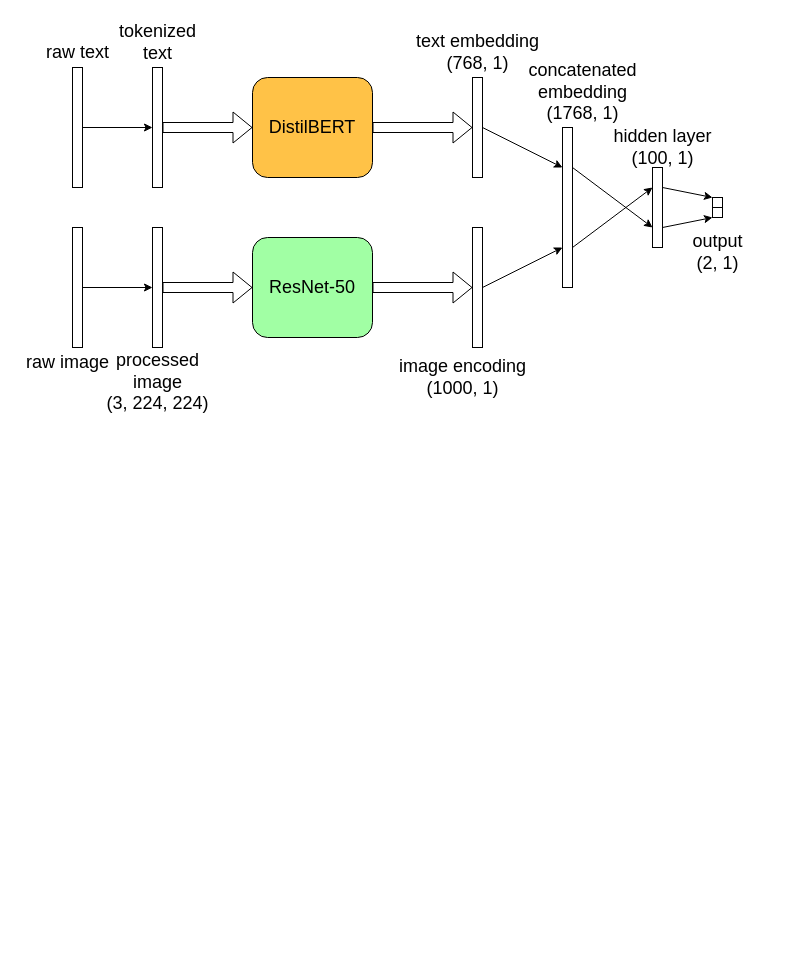
Earlier version of the draw.io diagram baseline_arch_cfn.drawio (a-sasikumar/image_caption_errors). Source tidied: cells renumbered, new cells numbered last; positions are measured from the earlier drawing's top-left corner, leaving out a move shared by most shapes. Both pictures are drawn from the tidied source at 100%, with x=0, y=0 at pixel (17, 17).
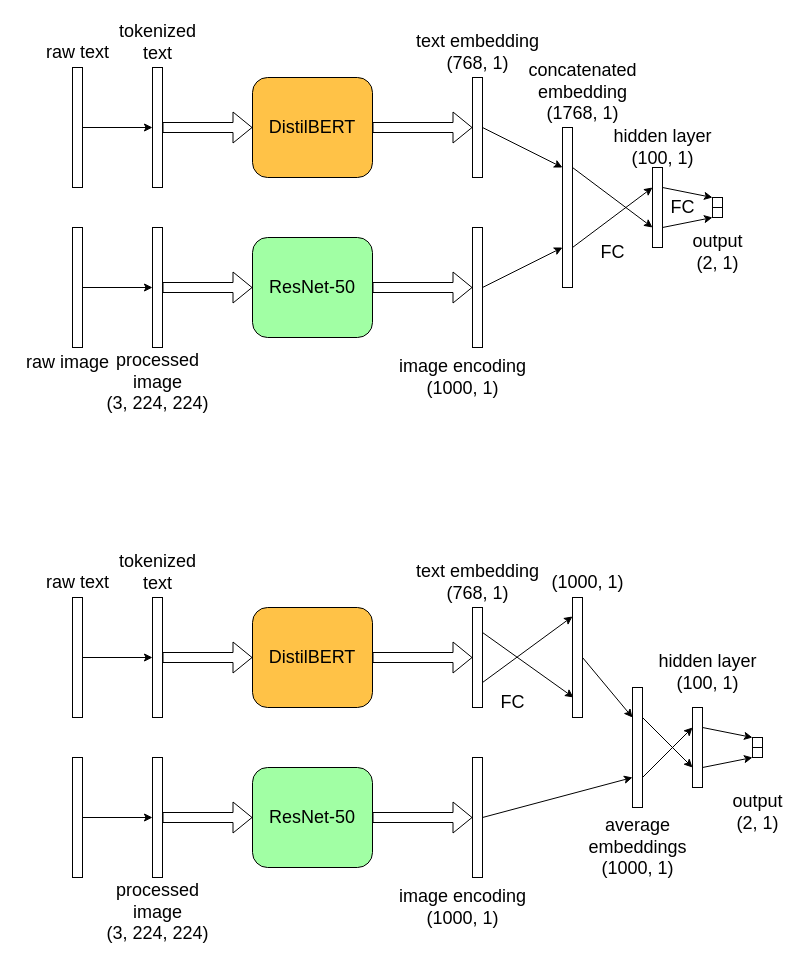
The same page after the edit.

Commit message:
added second baseline arch.

The edit, as a diff of the source:
```diff
@@
+    <mxCell id="36" style="rounded=0;whiteSpace=wrap;html=1;" parent="1" vertex="1">
+      <mxGeometry x="55" y="580" width="10" height="120" as="geometry" />
+    </mxCell>
+    <mxCell id="37" style="rounded=0;whiteSpace=wrap;html=1;" parent="1" vertex="1">
+      <mxGeometry x="55" y="740" width="10" height="120" as="geometry" />
+    </mxCell>
+    <mxCell id="38" style="rounded=0;whiteSpace=wrap;html=1;" parent="1" vertex="1">
+      <mxGeometry x="135" y="580" width="10" height="120" as="geometry" />
+    </mxCell>
+    <mxCell id="39" style="rounded=0;whiteSpace=wrap;html=1;" parent="1" vertex="1">
+      <mxGeometry x="135" y="740" width="10" height="120" as="geometry" />
+    </mxCell>
+    <mxCell id="40" value="&lt;font style=&quot;font-size: 18px&quot;&gt;DistilBERT&lt;/font&gt;" style="rounded=1;whiteSpace=wrap;html=1;fillColor=#FFC247;" parent="1" vertex="1">
+      <mxGeometry x="235" y="590" width="120" height="100" as="geometry" />
+    </mxCell>
+    <mxCell id="41" value="&lt;font style=&quot;font-size: 18px&quot;&gt;ResNet-50&lt;/font&gt;" style="rounded=1;whiteSpace=wrap;html=1;fillColor=#A1FFA4;" parent="1" vertex="1">
+      <mxGeometry x="235" y="750" width="120" height="100" as="geometry" />
+    </mxCell>
+    <mxCell id="42" style="rounded=0;whiteSpace=wrap;html=1;" parent="1" vertex="1">
+      <mxGeometry x="455" y="590" width="10" height="100" as="geometry" />
+    </mxCell>
+    <mxCell id="43" style="rounded=0;whiteSpace=wrap;html=1;" parent="1" vertex="1">
+      <mxGeometry x="455" y="740" width="10" height="120" as="geometry" />
+    </mxCell>
+    <mxCell id="44" style="edgeStyle=orthogonalEdgeStyle;rounded=0;orthogonalLoop=1;jettySize=auto;html=1;exitX=0.5;exitY=1;exitDx=0;exitDy=0;" parent="1" edge="1" source="42" target="42">
+      <mxGeometry relative="1" as="geometry" />
+    </mxCell>
+    <mxCell id="45" style="rounded=0;whiteSpace=wrap;html=1;" parent="1" vertex="1">
+      <mxGeometry x="675" y="690" width="10" height="80" as="geometry" />
+    </mxCell>
+    <mxCell id="46" style="rounded=0;whiteSpace=wrap;html=1;" parent="1" vertex="1">
+      <mxGeometry x="735" y="720" width="10" height="10" as="geometry" />
+    </mxCell>
+    <mxCell id="47" style="rounded=0;whiteSpace=wrap;html=1;" parent="1" vertex="1">
+      <mxGeometry x="735" y="730" width="10" height="10" as="geometry" />
+    </mxCell>
+    <mxCell id="48" style="shape=flexArrow;endArrow=classic;html=1;rounded=0;entryX=0;entryY=0.5;entryDx=0;entryDy=0;exitX=1;exitY=0.5;exitDx=0;exitDy=0;" parent="1" edge="1" source="38" target="40">
+      <mxGeometry relative="1" as="geometry" />
+    </mxCell>
+    <mxCell id="49" style="shape=flexArrow;endArrow=classic;html=1;rounded=0;entryX=0;entryY=0.5;entryDx=0;entryDy=0;exitX=1;exitY=0.5;exitDx=0;exitDy=0;" parent="1" edge="1" source="39" target="41">
+      <mxGeometry relative="1" as="geometry" />
+    </mxCell>
+    <mxCell id="50" style="shape=flexArrow;endArrow=classic;html=1;rounded=0;entryX=0;entryY=0.5;entryDx=0;entryDy=0;exitX=1;exitY=0.5;exitDx=0;exitDy=0;" parent="1" edge="1" source="40" target="42">
+      <mxGeometry relative="1" as="geometry" />
+    </mxCell>
+    <mxCell id="51" style="shape=flexArrow;endArrow=classic;html=1;rounded=0;entryX=0;entryY=0.5;entryDx=0;entryDy=0;exitX=1;exitY=0.5;exitDx=0;exitDy=0;" parent="1" edge="1" source="41" target="43">
+      <mxGeometry relative="1" as="geometry" />
+    </mxCell>
+    <mxCell id="52" style="endArrow=classic;html=1;rounded=0;exitX=1;exitY=0.5;exitDx=0;exitDy=0;entryX=0;entryY=0.5;entryDx=0;entryDy=0;" parent="1" edge="1" source="36" target="38">
+      <mxGeometry relative="1" as="geometry" />
+    </mxCell>
+    <mxCell id="53" style="endArrow=classic;html=1;rounded=0;exitX=1;exitY=0.5;exitDx=0;exitDy=0;entryX=0;entryY=0.5;entryDx=0;entryDy=0;" parent="1" edge="1" source="37" target="39">
+      <mxGeometry relative="1" as="geometry" />
+    </mxCell>
+    <mxCell id="54" style="endArrow=classic;html=1;rounded=0;entryX=0;entryY=0.75;entryDx=0;entryDy=0;exitX=1;exitY=0.25;exitDx=0;exitDy=0;" parent="1" edge="1" source="72" target="45">
+      <mxGeometry relative="1" as="geometry" />
+    </mxCell>
+    <mxCell id="55" style="endArrow=classic;html=1;rounded=0;entryX=0;entryY=0.25;entryDx=0;entryDy=0;exitX=1;exitY=0.75;exitDx=0;exitDy=0;" parent="1" edge="1" source="72" target="45">
+      <mxGeometry relative="1" as="geometry" />
+    </mxCell>
+    <mxCell id="56" style="endArrow=classic;html=1;rounded=0;entryX=0;entryY=0;entryDx=0;entryDy=0;exitX=1;exitY=0.25;exitDx=0;exitDy=0;" parent="1" edge="1" source="45" target="46">
+      <mxGeometry relative="1" as="geometry" />
+    </mxCell>
+    <mxCell id="57" style="endArrow=classic;html=1;rounded=0;entryX=0;entryY=1;entryDx=0;entryDy=0;exitX=1;exitY=0.75;exitDx=0;exitDy=0;" parent="1" edge="1" source="45" target="47">
+      <mxGeometry relative="1" as="geometry" />
+    </mxCell>
+    <mxCell id="58" value="raw text" style="text;html=1;align=center;verticalAlign=middle;strokeColor=none;fillColor=none;fontSize=18;rotation=0;" parent="1" vertex="1">
+      <mxGeometry x="20" y="550" width="80" height="30" as="geometry" />
+    </mxCell>
+    <mxCell id="59" value="&lt;div&gt;tokenized&lt;/div&gt;&lt;div&gt;text&lt;br&gt;&lt;/div&gt;" style="text;html=1;align=center;verticalAlign=middle;strokeColor=none;fillColor=none;fontSize=18;" parent="1" vertex="1">
+      <mxGeometry x="95" y="530" width="90" height="50" as="geometry" />
+    </mxCell>
+    <mxCell id="60" value="&lt;div&gt;processed&lt;br&gt;&lt;/div&gt;&lt;div&gt;image&lt;br&gt;&lt;/div&gt;&lt;div&gt;(3, 224, 224)&lt;br&gt;&lt;/div&gt;" style="text;html=1;align=center;verticalAlign=middle;strokeColor=none;fillColor=none;fontSize=18;" parent="1" vertex="1">
+      <mxGeometry x="80" y="860" width="120" height="70" as="geometry" />
+    </mxCell>
+    <mxCell id="61" value="&lt;div&gt;image encoding&lt;/div&gt;&lt;div&gt;(1000, 1)&lt;br&gt;&lt;/div&gt;" style="text;html=1;align=center;verticalAlign=middle;strokeColor=none;fillColor=none;fontSize=18;" parent="1" vertex="1">
+      <mxGeometry x="375" y="865" width="140" height="50" as="geometry" />
+    </mxCell>
+    <mxCell id="62" value="&lt;div&gt;text embedding&lt;/div&gt;&lt;div&gt;(768, 1)&lt;br&gt;&lt;/div&gt;" style="text;html=1;align=center;verticalAlign=middle;strokeColor=none;fillColor=none;fontSize=18;" parent="1" vertex="1">
+      <mxGeometry x="390" y="540" width="140" height="50" as="geometry" />
+    </mxCell>
+    <mxCell id="63" value="&lt;div&gt;hidden layer&lt;/div&gt;&lt;div&gt;(100, 1)&lt;br&gt;&lt;/div&gt;" style="text;html=1;align=center;verticalAlign=middle;strokeColor=none;fillColor=none;fontSize=18;" parent="1" vertex="1">
+      <mxGeometry x="635" y="630" width="110" height="50" as="geometry" />
+    </mxCell>
+    <mxCell id="64" value="&lt;div&gt;output&lt;/div&gt;&lt;div&gt;(2, 1)&lt;br&gt;&lt;/div&gt;" style="text;html=1;align=center;verticalAlign=middle;strokeColor=none;fillColor=none;fontSize=18;" parent="1" vertex="1">
+      <mxGeometry x="705" y="770" width="70" height="50" as="geometry" />
+    </mxCell>
+    <mxCell id="65" style="rounded=0;whiteSpace=wrap;html=1;" parent="1" vertex="1">
+      <mxGeometry x="555" y="580" width="10" height="120" as="geometry" />
+    </mxCell>
+    <mxCell id="66" value="FC" style="text;html=1;align=center;verticalAlign=middle;strokeColor=none;fillColor=none;fontSize=18;" parent="1" vertex="1">
+      <mxGeometry x="575" y="220" width="40" height="30" as="geometry" />
+    </mxCell>
+    <mxCell id="67" value="FC" style="text;html=1;align=center;verticalAlign=middle;strokeColor=none;fillColor=none;fontSize=18;" parent="1" vertex="1">
+      <mxGeometry x="645" y="175" width="40" height="30" as="geometry" />
+    </mxCell>
+    <mxCell id="68" style="endArrow=classic;html=1;rounded=0;fontSize=18;entryX=0.1;entryY=0.833;entryDx=0;entryDy=0;entryPerimeter=0;exitX=1;exitY=0.25;exitDx=0;exitDy=0;" parent="1" edge="1" source="42" target="65">
+      <mxGeometry relative="1" as="geometry" />
+    </mxCell>
+    <mxCell id="69" style="endArrow=classic;html=1;rounded=0;fontSize=18;exitX=1;exitY=0.75;exitDx=0;exitDy=0;entryX=0;entryY=0.158;entryDx=0;entryDy=0;entryPerimeter=0;" parent="1" edge="1" source="42" target="65">
+      <mxGeometry relative="1" as="geometry" />
+    </mxCell>
+    <mxCell id="70" value="FC" style="text;html=1;align=center;verticalAlign=middle;strokeColor=none;fillColor=none;fontSize=18;" parent="1" vertex="1">
+      <mxGeometry x="475" y="670" width="40" height="30" as="geometry" />
+    </mxCell>
+    <mxCell id="71" value="(1000, 1)" style="text;html=1;align=center;verticalAlign=middle;strokeColor=none;fillColor=none;fontSize=18;" parent="1" vertex="1">
+      <mxGeometry x="525" y="550" width="90" height="30" as="geometry" />
+    </mxCell>
+    <mxCell id="72" style="rounded=0;whiteSpace=wrap;html=1;" parent="1" vertex="1">
+      <mxGeometry x="615" y="670" width="10" height="120" as="geometry" />
+    </mxCell>
+    <mxCell id="73" style="endArrow=classic;html=1;rounded=0;fontSize=18;entryX=0;entryY=0.25;entryDx=0;entryDy=0;exitX=1;exitY=0.5;exitDx=0;exitDy=0;" parent="1" edge="1" source="65" target="72">
+      <mxGeometry relative="1" as="geometry" />
+    </mxCell>
+    <mxCell id="74" style="endArrow=classic;html=1;rounded=0;fontSize=18;entryX=0;entryY=0.75;entryDx=0;entryDy=0;exitX=1;exitY=0.5;exitDx=0;exitDy=0;" parent="1" edge="1" source="43" target="72">
+      <mxGeometry relative="1" as="geometry" />
+    </mxCell>
+    <mxCell id="75" value="&lt;div&gt;average&lt;/div&gt;&lt;div&gt;embeddings&lt;/div&gt;&lt;div&gt;(1000, 1)&lt;br&gt;&lt;/div&gt;" style="text;html=1;align=center;verticalAlign=middle;strokeColor=none;fillColor=none;fontSize=18;" parent="1" vertex="1">
+      <mxGeometry x="565" y="795" width="110" height="70" as="geometry" />
+    </mxCell>
```
